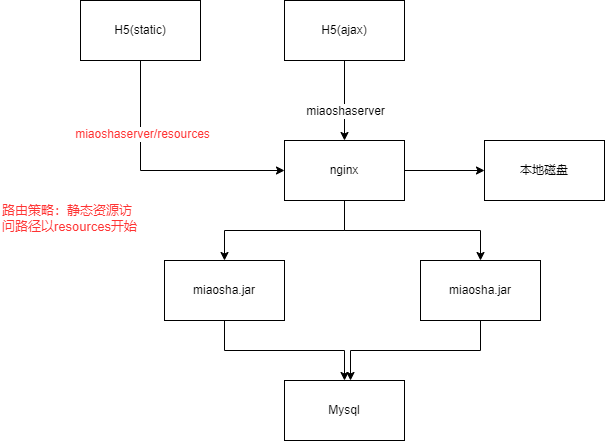
Before: miaosha/miaoshadeploy.drawio.png, a diagram exported from draw.io (wsxzei/markdown-photos). Source tidied: cells renumbered, new cells last; positions are measured from the earlier drawing's top-left corner, leaving out a move shared by most shapes.
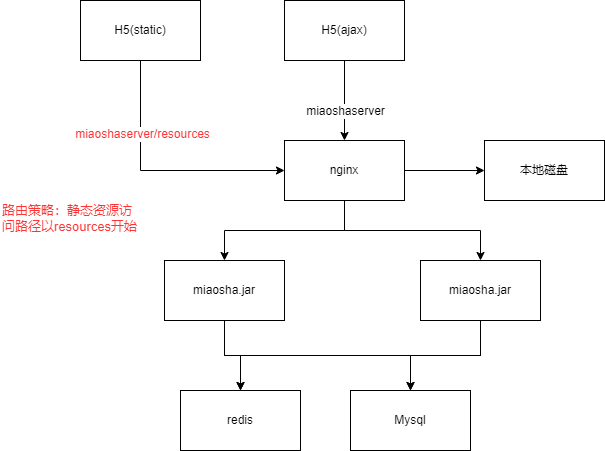
Above is the later version.

The edit, as a diff of the source:
```diff
@@ -26,19 +26,25 @@
     <mxCell id="9" style="edgeStyle=orthogonalEdgeStyle;rounded=0;jettySize=auto;html=1;exitX=0.5;exitY=1;exitDx=0;exitDy=0;" parent="1" edge="1" source="10" target="13">
       <mxGeometry relative="1" as="geometry" />
     </mxCell>
+    <mxCell id="19" style="edgeStyle=orthogonalEdgeStyle;rounded=0;jettySize=auto;html=1;exitX=0.5;exitY=1;exitDx=0;exitDy=0;entryX=0.5;entryY=0;entryDx=0;entryDy=0;" parent="1" edge="1" source="10" target="21">
+      <mxGeometry relative="1" as="geometry" />
+    </mxCell>
     <mxCell id="10" value="miaosha.jar" style="rounded=0;whiteSpace=wrap;html=1;" parent="1" vertex="1">
       <mxGeometry x="164" y="260" width="120" height="60" as="geometry" />
     </mxCell>
-    <mxCell id="11" style="edgeStyle=orthogonalEdgeStyle;rounded=0;jettySize=auto;html=1;exitX=0.5;exitY=1;exitDx=0;exitDy=0;" parent="1" edge="1" source="12">
-      <mxGeometry relative="1" as="geometry">
-        <mxPoint x="350" y="380" as="targetPoint" />
-      </mxGeometry>
+    <mxCell id="11" style="edgeStyle=orthogonalEdgeStyle;rounded=0;jettySize=auto;html=1;exitX=0.5;exitY=1;exitDx=0;exitDy=0;entryX=0.5;entryY=0;entryDx=0;entryDy=0;" parent="1" edge="1" source="12" target="13">
+      <mxGeometry relative="1" as="geometry" />
     </mxCell>
+    <mxCell id="20" style="edgeStyle=orthogonalEdgeStyle;rounded=0;jettySize=auto;html=1;exitX=0.5;exitY=1;exitDx=0;exitDy=0;" parent="1" edge="1" source="12">
+      <mxGeometry relative="1" as="geometry">
+        <mxPoint x="240" y="390" as="targetPoint" />
+      </mxGeometry>
+    </mxCell>
     <mxCell id="12" value="miaosha.jar" style="rounded=0;whiteSpace=wrap;html=1;" parent="1" vertex="1">
       <mxGeometry x="420" y="260" width="120" height="60" as="geometry" />
     </mxCell>
     <mxCell id="13" value="Mysql" style="rounded=0;whiteSpace=wrap;html=1;" parent="1" vertex="1">
-      <mxGeometry x="284" y="380" width="120" height="60" as="geometry" />
+      <mxGeometry x="350" y="390" width="120" height="60" as="geometry" />
     </mxCell>
     <mxCell id="14" style="edgeStyle=orthogonalEdgeStyle;rounded=0;jettySize=auto;html=1;exitX=0.5;exitY=1;exitDx=0;exitDy=0;entryX=0;entryY=0.5;entryDx=0;entryDy=0;" parent="1" edge="1" source="16" target="8">
       <mxGeometry relative="1" as="geometry" />
@@ -55,5 +61,8 @@
     <mxCell id="18" value="路由策略：静态资源访问路径以resources开始" style="text;html=1;strokeColor=none;fillColor=none;align=left;verticalAlign=middle;whiteSpace=wrap;rounded=0;fontColor=#FF3333;fontSize=13;" parent="1" vertex="1">
       <mxGeometry y="190" width="140" height="55" as="geometry" />
     </mxCell>
+    <mxCell id="21" value="redis" style="rounded=0;whiteSpace=wrap;html=1;" parent="1" vertex="1">
+      <mxGeometry x="180" y="390" width="120" height="60" as="geometry" />
+    </mxCell>
   </root>
 </mxGraphModel>
```
